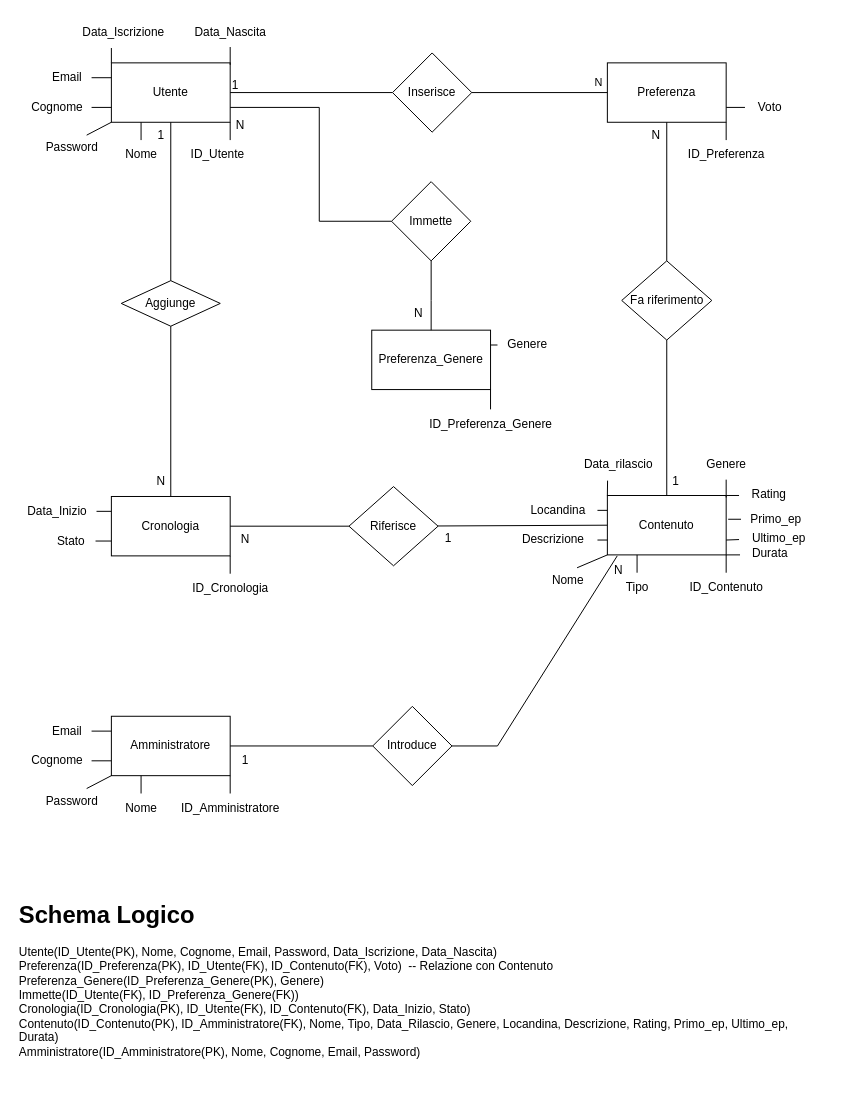
The draw.io diagram Streamify.drawio in berardinellidaniele/Streamify, before the edit. Source tidied: cells renumbered, new cells numbered last; positions are measured from the earlier drawing's top-left corner, leaving out a move shared by most shapes. Both pictures are drawn from the tidied source at 99%, with x=0, y=0 at pixel (17, 17).
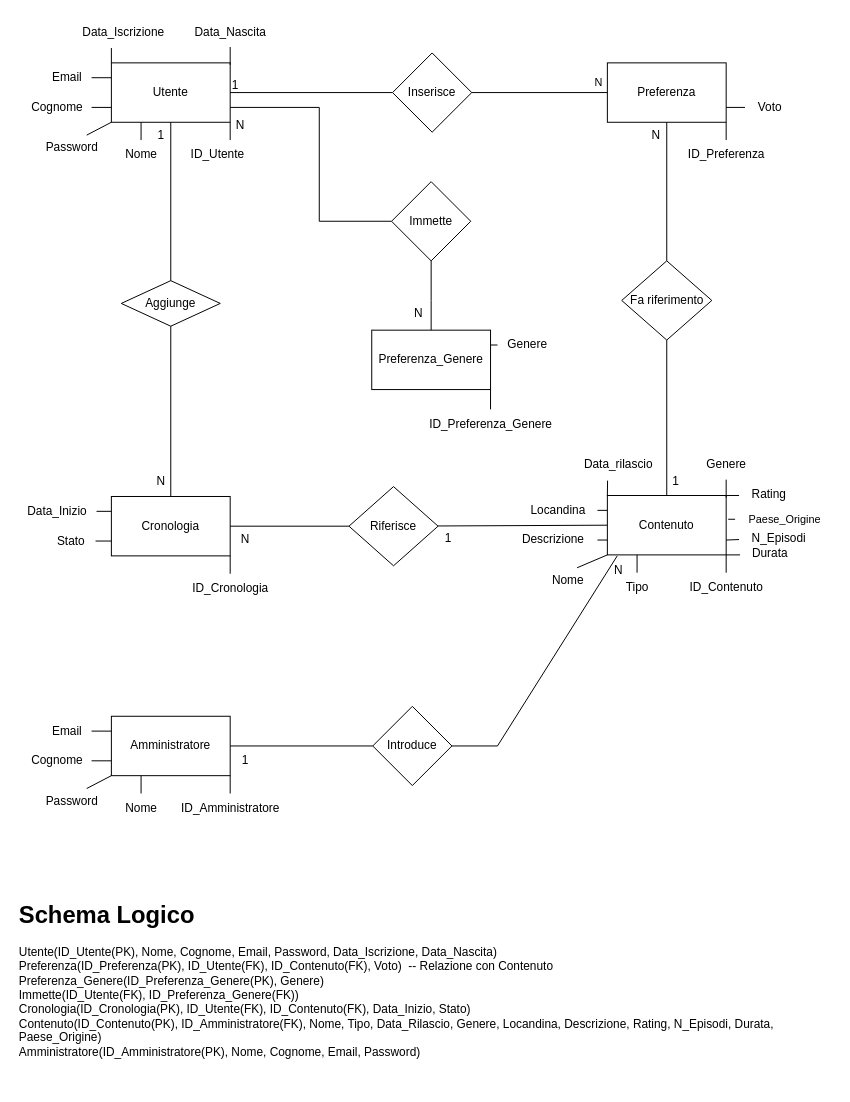
After the change.

Commit message:
Aggiornato schema E/R e schema logico.

Diff of the diagram source:
```diff
@@
-    <mxCell id="47" value="Ultimo_ep" style="text;html=1;align=center;verticalAlign=middle;points=[];strokeColor=none;fillColor=none;" parent="1" vertex="1">
+    <mxCell id="47" value="N_Episodi" style="text;html=1;align=center;verticalAlign=middle;points=[];strokeColor=none;fillColor=none;" parent="1" vertex="1">
       <mxGeometry x="729" y="511" width="80" height="30" as="geometry" />
     </mxCell>
@@
-    <mxCell id="49" value="Primo_ep" style="text;html=1;align=center;verticalAlign=middle;points=[];strokeColor=none;fillColor=none;" parent="1" vertex="1">
-      <mxGeometry x="731" y="492" width="70" height="30" as="geometry" />
+    <mxCell id="49" value="&lt;font style=&quot;font-size: 11px;&quot;&gt;Paese_Origine&lt;/font&gt;" style="text;html=1;align=center;verticalAlign=middle;points=[];strokeColor=none;fillColor=none;" parent="1" vertex="1">
+      <mxGeometry x="725" y="492" width="100" height="30" as="geometry" />
     </mxCell>
@@
-    <mxCell id="98" value="&lt;h1 style=&quot;margin-top: 0px;&quot;&gt;Schema Logico&lt;br&gt;&lt;/h1&gt;&lt;p&gt;Utente(ID_Utente(PK), Nome, Cognome, Email, Password, Data_Iscrizione, Data_Nascita)&lt;br&gt;Preferenza(ID_Preferenza(PK), ID_Utente(FK), ID_Contenuto(FK), Voto)&amp;nbsp; -- Relazione con Contenuto&lt;br&gt;Preferenza_Genere(ID_Preferenza_Genere(PK), Genere)&lt;br&gt;Immette(ID_Utente(FK), ID_Preferenza_Genere(FK))&lt;br&gt;Cronologia(ID_Cronologia(PK), ID_Utente(FK), ID_Contenuto(FK), Data_Inizio, Stato)&lt;br&gt;Contenuto(ID_Contenuto(PK), ID_Amministratore(FK), Nome, Tipo, Data_Rilascio, Genere, Locandina, Descrizione, Rating, Primo_ep, Ultimo_ep, Durata)&lt;br&gt;Amministratore(ID_Amministratore(PK), Nome, Cognome, Email, Password)&lt;br&gt;&lt;br&gt;&lt;/p&gt;" style="text;html=1;whiteSpace=wrap;overflow=hidden;rounded=0;" parent="1" vertex="1">
+    <mxCell id="98" value="&lt;h1 style=&quot;margin-top: 0px;&quot;&gt;Schema Logico&lt;br&gt;&lt;/h1&gt;&lt;p&gt;Utente(ID_Utente(PK), Nome, Cognome, Email, Password, Data_Iscrizione, Data_Nascita)&lt;br&gt;Preferenza(ID_Preferenza(PK), ID_Utente(FK), ID_Contenuto(FK), Voto)&amp;nbsp; -- Relazione con Contenuto&lt;br&gt;Preferenza_Genere(ID_Preferenza_Genere(PK), Genere)&lt;br&gt;Immette(ID_Utente(FK), ID_Preferenza_Genere(FK))&lt;br&gt;Cronologia(ID_Cronologia(PK), ID_Utente(FK), ID_Contenuto(FK), Data_Inizio, Stato)&lt;br&gt;Contenuto(ID_Contenuto(PK), ID_Amministratore(FK), Nome, Tipo, Data_Rilascio, Genere, Locandina, Descrizione, Rating, N_Episodi, Durata, Paese_Origine)&lt;br&gt;Amministratore(ID_Amministratore(PK), Nome, Cognome, Email, Password)&lt;br&gt;&lt;br&gt;&lt;/p&gt;" style="text;html=1;whiteSpace=wrap;overflow=hidden;rounded=0;" parent="1" vertex="1">
       <mxGeometry y="886" width="804" height="190" as="geometry" />
     </mxCell>
```
